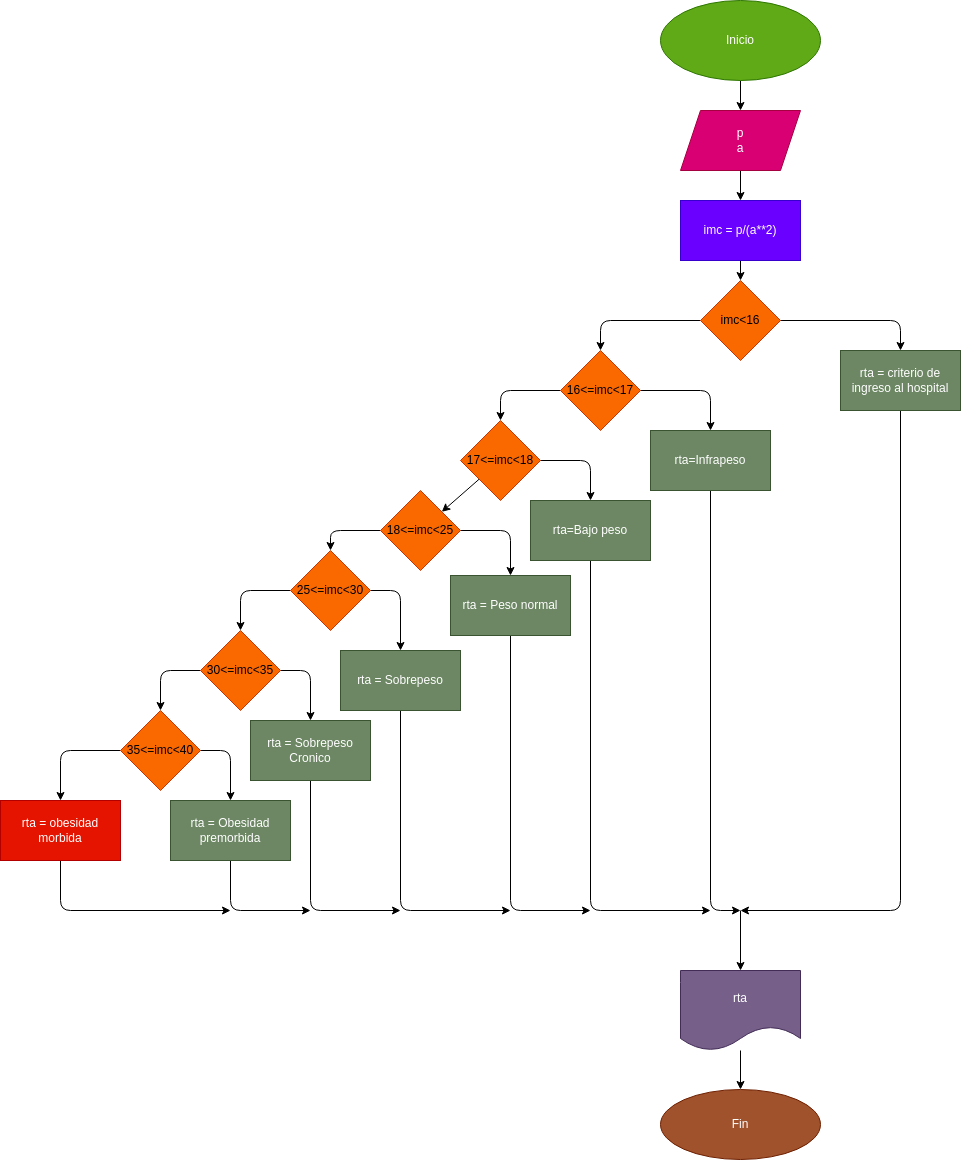
This is ejercicio_4/diagrama.png from Thiago3108/taller_instrucciones_condicionales, a draw.io export, as it was before one commit. Source tidied: cells renumbered, new cells last; positions are measured from the earlier drawing's top-left corner, leaving out a move shared by most shapes. Source of this version:
```xml
<mxGraphModel>
  <root>
    <mxCell id="0" />
    <mxCell id="1" parent="0" />
    <mxCell id="2" style="edgeStyle=none;html=1;" parent="1" edge="1" source="3" target="5">
      <mxGeometry relative="1" as="geometry" />
    </mxCell>
    <mxCell id="3" value="Inicio" style="ellipse;whiteSpace=wrap;html=1;fillColor=#60a917;fontColor=#ffffff;strokeColor=#2D7600;" parent="1" vertex="1">
      <mxGeometry x="660" width="160" height="80" as="geometry" />
    </mxCell>
    <mxCell id="4" style="edgeStyle=none;html=1;" parent="1" edge="1" source="5" target="7">
      <mxGeometry relative="1" as="geometry" />
    </mxCell>
    <mxCell id="5" value="p&lt;br&gt;a" style="shape=parallelogram;perimeter=parallelogramPerimeter;whiteSpace=wrap;html=1;fixedSize=1;fillColor=#d80073;fontColor=#ffffff;strokeColor=#A50040;" parent="1" vertex="1">
      <mxGeometry x="680" y="110" width="120" height="60" as="geometry" />
    </mxCell>
    <mxCell id="6" style="edgeStyle=none;html=1;" parent="1" edge="1" source="7" target="10">
      <mxGeometry relative="1" as="geometry" />
    </mxCell>
    <mxCell id="7" value="imc = p/(a**2)" style="whiteSpace=wrap;html=1;fillColor=#6a00ff;fontColor=#ffffff;strokeColor=#3700CC;" parent="1" vertex="1">
      <mxGeometry x="680" y="200" width="120" height="60" as="geometry" />
    </mxCell>
    <mxCell id="8" style="edgeStyle=none;html=1;" parent="1" edge="1" source="10" target="12">
      <mxGeometry relative="1" as="geometry">
        <Array as="points">
          <mxPoint x="900" y="320" />
        </Array>
      </mxGeometry>
    </mxCell>
    <mxCell id="9" style="edgeStyle=none;html=1;" parent="1" edge="1" source="10" target="15">
      <mxGeometry relative="1" as="geometry">
        <Array as="points">
          <mxPoint x="600" y="320" />
        </Array>
      </mxGeometry>
    </mxCell>
    <mxCell id="10" value="imc&amp;lt;16" style="rhombus;whiteSpace=wrap;html=1;fillColor=#fa6800;fontColor=#000000;strokeColor=#C73500;" parent="1" vertex="1">
      <mxGeometry x="700" y="280" width="80" height="80" as="geometry" />
    </mxCell>
    <mxCell id="11" style="edgeStyle=none;html=1;" parent="1" edge="1" source="12">
      <mxGeometry relative="1" as="geometry">
        <mxPoint x="740" y="910" as="targetPoint" />
        <Array as="points">
          <mxPoint x="900" y="910" />
        </Array>
      </mxGeometry>
    </mxCell>
    <mxCell id="12" value="rta = criterio de ingreso al hospital" style="whiteSpace=wrap;html=1;fillColor=#6d8764;fontColor=#ffffff;strokeColor=#3A5431;" parent="1" vertex="1">
      <mxGeometry x="840" y="350" width="120" height="60" as="geometry" />
    </mxCell>
    <mxCell id="13" style="edgeStyle=none;html=1;entryX=0.5;entryY=0;entryDx=0;entryDy=0;" parent="1" edge="1" source="15" target="17">
      <mxGeometry relative="1" as="geometry">
        <Array as="points">
          <mxPoint x="710" y="390" />
        </Array>
      </mxGeometry>
    </mxCell>
    <mxCell id="14" style="edgeStyle=none;html=1;" parent="1" edge="1" source="15" target="20">
      <mxGeometry relative="1" as="geometry">
        <Array as="points">
          <mxPoint x="500" y="390" />
        </Array>
      </mxGeometry>
    </mxCell>
    <mxCell id="15" value="16&amp;lt;=imc&amp;lt;17" style="rhombus;whiteSpace=wrap;html=1;fillColor=#fa6800;fontColor=#000000;strokeColor=#C73500;" parent="1" vertex="1">
      <mxGeometry x="560" y="350" width="80" height="80" as="geometry" />
    </mxCell>
    <mxCell id="16" style="edgeStyle=none;html=1;" parent="1" edge="1" source="17">
      <mxGeometry relative="1" as="geometry">
        <mxPoint x="740" y="910" as="targetPoint" />
        <Array as="points">
          <mxPoint x="710" y="910" />
        </Array>
      </mxGeometry>
    </mxCell>
    <mxCell id="17" value="rta=Infrapeso" style="whiteSpace=wrap;html=1;labelBackgroundColor=none;fillColor=#6d8764;fontColor=#ffffff;strokeColor=#3A5431;" parent="1" vertex="1">
      <mxGeometry x="650" y="430" width="120" height="60" as="geometry" />
    </mxCell>
    <mxCell id="18" style="edgeStyle=none;html=1;entryX=0.5;entryY=0;entryDx=0;entryDy=0;" parent="1" edge="1" source="20" target="22">
      <mxGeometry relative="1" as="geometry">
        <Array as="points">
          <mxPoint x="590" y="460" />
        </Array>
      </mxGeometry>
    </mxCell>
    <mxCell id="19" style="edgeStyle=none;html=1;" parent="1" edge="1" source="20" target="25">
      <mxGeometry relative="1" as="geometry" />
    </mxCell>
    <mxCell id="20" value="17&amp;lt;=imc&amp;lt;18" style="rhombus;whiteSpace=wrap;html=1;fillColor=#fa6800;fontColor=#000000;strokeColor=#C73500;" parent="1" vertex="1">
      <mxGeometry x="460" y="420" width="80" height="80" as="geometry" />
    </mxCell>
    <mxCell id="21" style="edgeStyle=none;html=1;" parent="1" edge="1" source="22">
      <mxGeometry relative="1" as="geometry">
        <mxPoint x="710" y="910" as="targetPoint" />
        <Array as="points">
          <mxPoint x="590" y="910" />
        </Array>
      </mxGeometry>
    </mxCell>
    <mxCell id="22" value="rta=Bajo peso" style="whiteSpace=wrap;html=1;labelBackgroundColor=none;fillColor=#6d8764;fontColor=#ffffff;strokeColor=#3A5431;" parent="1" vertex="1">
      <mxGeometry x="530" y="500" width="120" height="60" as="geometry" />
    </mxCell>
    <mxCell id="23" style="edgeStyle=none;html=1;entryX=0.5;entryY=0;entryDx=0;entryDy=0;" parent="1" edge="1" source="25" target="27">
      <mxGeometry relative="1" as="geometry">
        <Array as="points">
          <mxPoint x="510" y="530" />
        </Array>
      </mxGeometry>
    </mxCell>
    <mxCell id="24" style="edgeStyle=none;html=1;" parent="1" edge="1" source="25" target="30">
      <mxGeometry relative="1" as="geometry">
        <Array as="points">
          <mxPoint x="330" y="530" />
        </Array>
      </mxGeometry>
    </mxCell>
    <mxCell id="25" value="18&amp;lt;=imc&amp;lt;25" style="rhombus;whiteSpace=wrap;html=1;fillColor=#fa6800;fontColor=#000000;strokeColor=#C73500;" parent="1" vertex="1">
      <mxGeometry x="380" y="490" width="80" height="80" as="geometry" />
    </mxCell>
    <mxCell id="26" style="edgeStyle=none;html=1;" parent="1" edge="1" source="27">
      <mxGeometry relative="1" as="geometry">
        <mxPoint x="590" y="910" as="targetPoint" />
        <Array as="points">
          <mxPoint x="510" y="910" />
        </Array>
      </mxGeometry>
    </mxCell>
    <mxCell id="27" value="rta = Peso normal" style="whiteSpace=wrap;html=1;labelBackgroundColor=none;fillColor=#6d8764;fontColor=#ffffff;strokeColor=#3A5431;" parent="1" vertex="1">
      <mxGeometry x="450" y="575" width="120" height="60" as="geometry" />
    </mxCell>
    <mxCell id="28" style="edgeStyle=none;html=1;entryX=0.5;entryY=0;entryDx=0;entryDy=0;" parent="1" edge="1" source="30" target="32">
      <mxGeometry relative="1" as="geometry">
        <Array as="points">
          <mxPoint x="400" y="590" />
        </Array>
      </mxGeometry>
    </mxCell>
    <mxCell id="29" style="edgeStyle=none;html=1;" parent="1" edge="1" source="30" target="35">
      <mxGeometry relative="1" as="geometry">
        <Array as="points">
          <mxPoint x="240" y="590" />
        </Array>
      </mxGeometry>
    </mxCell>
    <mxCell id="30" value="25&amp;lt;=imc&amp;lt;30" style="rhombus;whiteSpace=wrap;html=1;fillColor=#fa6800;fontColor=#000000;strokeColor=#C73500;" parent="1" vertex="1">
      <mxGeometry x="290" y="550" width="80" height="80" as="geometry" />
    </mxCell>
    <mxCell id="31" style="edgeStyle=none;html=1;" parent="1" edge="1" source="32">
      <mxGeometry relative="1" as="geometry">
        <mxPoint x="510" y="910" as="targetPoint" />
        <Array as="points">
          <mxPoint x="400" y="910" />
        </Array>
      </mxGeometry>
    </mxCell>
    <mxCell id="32" value="rta = Sobrepeso" style="rounded=0;whiteSpace=wrap;html=1;labelBackgroundColor=none;fillColor=#6d8764;fontColor=#ffffff;strokeColor=#3A5431;" parent="1" vertex="1">
      <mxGeometry x="340" y="650" width="120" height="60" as="geometry" />
    </mxCell>
    <mxCell id="33" style="edgeStyle=none;html=1;entryX=0.5;entryY=0;entryDx=0;entryDy=0;" parent="1" edge="1" source="35" target="37">
      <mxGeometry relative="1" as="geometry">
        <Array as="points">
          <mxPoint x="310" y="670" />
        </Array>
      </mxGeometry>
    </mxCell>
    <mxCell id="34" style="edgeStyle=none;html=1;" parent="1" edge="1" source="35" target="40">
      <mxGeometry relative="1" as="geometry">
        <Array as="points">
          <mxPoint x="160" y="670" />
        </Array>
      </mxGeometry>
    </mxCell>
    <mxCell id="35" value="30&amp;lt;=imc&amp;lt;35" style="rhombus;whiteSpace=wrap;html=1;fillColor=#fa6800;fontColor=#000000;strokeColor=#C73500;" parent="1" vertex="1">
      <mxGeometry x="200" y="630" width="80" height="80" as="geometry" />
    </mxCell>
    <mxCell id="36" style="edgeStyle=none;html=1;" parent="1" edge="1" source="37">
      <mxGeometry relative="1" as="geometry">
        <mxPoint x="400" y="910" as="targetPoint" />
        <Array as="points">
          <mxPoint x="310" y="910" />
        </Array>
      </mxGeometry>
    </mxCell>
    <mxCell id="37" value="rta = Sobrepeso Cronico" style="whiteSpace=wrap;html=1;labelBackgroundColor=none;fillColor=#6d8764;fontColor=#ffffff;strokeColor=#3A5431;" parent="1" vertex="1">
      <mxGeometry x="250" y="720" width="120" height="60" as="geometry" />
    </mxCell>
    <mxCell id="38" style="edgeStyle=none;html=1;entryX=0.5;entryY=0;entryDx=0;entryDy=0;" parent="1" edge="1" source="40" target="42">
      <mxGeometry relative="1" as="geometry">
        <Array as="points">
          <mxPoint x="230" y="750" />
        </Array>
      </mxGeometry>
    </mxCell>
    <mxCell id="39" style="edgeStyle=none;html=1;exitX=0;exitY=0.5;exitDx=0;exitDy=0;" parent="1" edge="1" source="40" target="44">
      <mxGeometry relative="1" as="geometry">
        <Array as="points">
          <mxPoint x="60" y="750" />
        </Array>
      </mxGeometry>
    </mxCell>
    <mxCell id="40" value="35&amp;lt;=imc&amp;lt;40" style="rhombus;whiteSpace=wrap;html=1;fillColor=#fa6800;fontColor=#000000;strokeColor=#C73500;" parent="1" vertex="1">
      <mxGeometry x="120" y="710" width="80" height="80" as="geometry" />
    </mxCell>
    <mxCell id="41" style="edgeStyle=none;html=1;" parent="1" edge="1" source="42">
      <mxGeometry relative="1" as="geometry">
        <mxPoint x="310" y="910" as="targetPoint" />
        <Array as="points">
          <mxPoint x="230" y="910" />
        </Array>
      </mxGeometry>
    </mxCell>
    <mxCell id="42" value="rta = Obesidad premorbida" style="whiteSpace=wrap;html=1;labelBackgroundColor=none;fillColor=#6d8764;fontColor=#ffffff;strokeColor=#3A5431;" parent="1" vertex="1">
      <mxGeometry x="170" y="800" width="120" height="60" as="geometry" />
    </mxCell>
    <mxCell id="43" style="edgeStyle=none;html=1;" parent="1" edge="1" source="44">
      <mxGeometry relative="1" as="geometry">
        <mxPoint x="230" y="910" as="targetPoint" />
        <Array as="points">
          <mxPoint x="60" y="910" />
        </Array>
      </mxGeometry>
    </mxCell>
    <mxCell id="44" value="rta = obesidad morbida" style="whiteSpace=wrap;html=1;fillColor=#e51400;fontColor=#ffffff;strokeColor=#B20000;" parent="1" vertex="1">
      <mxGeometry y="800" width="120" height="60" as="geometry" />
    </mxCell>
    <mxCell id="45" style="endArrow=classic;html=1;" parent="1" edge="1" target="47">
      <mxGeometry relative="1" as="geometry">
        <mxPoint x="740" y="910" as="sourcePoint" />
      </mxGeometry>
    </mxCell>
    <mxCell id="46" style="edgeStyle=none;html=1;" parent="1" edge="1" source="47" target="48">
      <mxGeometry relative="1" as="geometry" />
    </mxCell>
    <mxCell id="47" value="rta" style="shape=document;whiteSpace=wrap;html=1;boundedLbl=1;labelBackgroundColor=none;fillColor=#76608a;fontColor=#ffffff;strokeColor=#432D57;" parent="1" vertex="1">
      <mxGeometry x="680" y="970" width="120" height="80" as="geometry" />
    </mxCell>
    <mxCell id="48" value="Fin" style="ellipse;whiteSpace=wrap;html=1;labelBackgroundColor=none;fillColor=#a0522d;fontColor=#ffffff;strokeColor=#6D1F00;" parent="1" vertex="1">
      <mxGeometry x="660" y="1089" width="160" height="70" as="geometry" />
    </mxCell>
  </root>
</mxGraphModel>
```
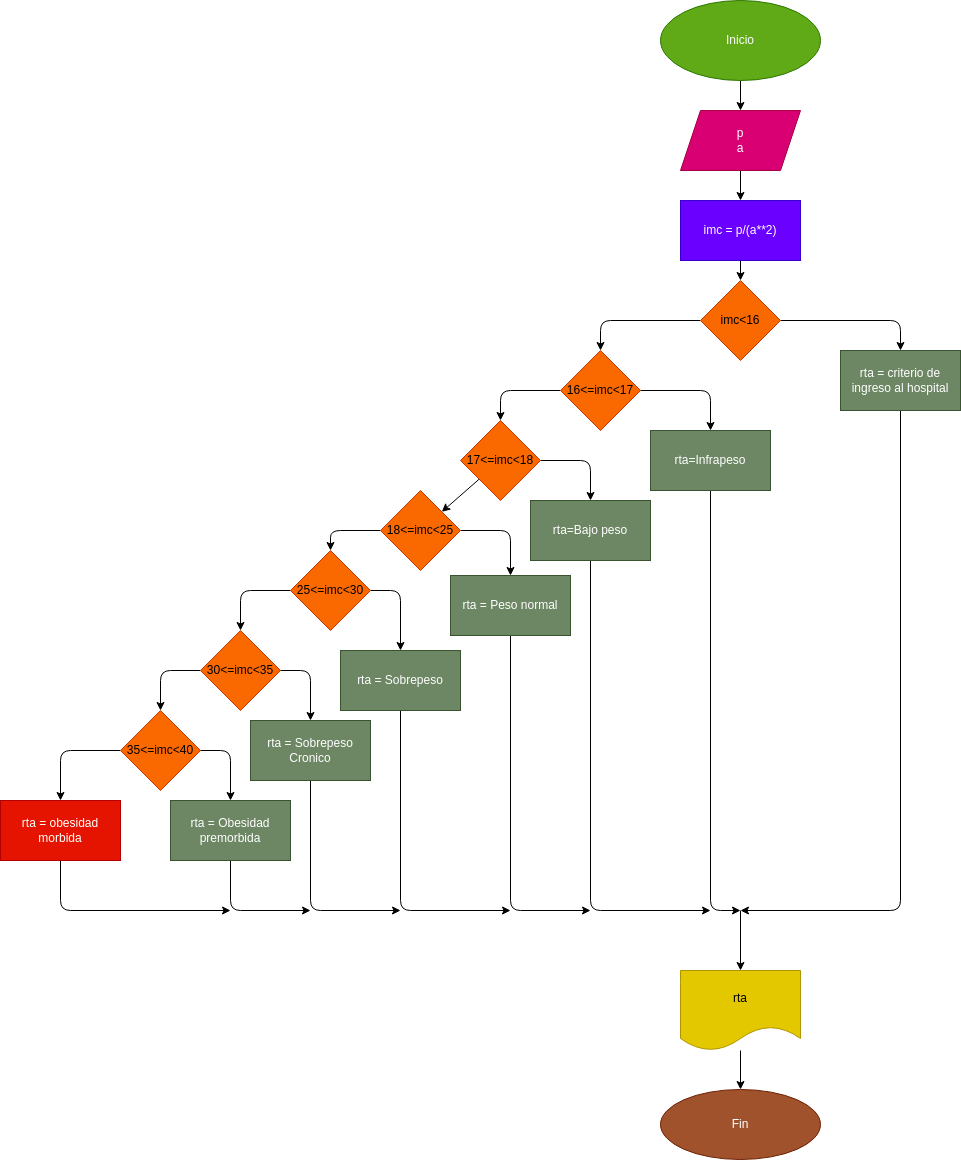
The same diagram one commit later.

The edit, as a diff of the source:
```diff
@@ -231,7 +231,7 @@
     <mxCell id="46" style="edgeStyle=none;html=1;" parent="1" edge="1" source="47" target="48">
       <mxGeometry relative="1" as="geometry" />
     </mxCell>
-    <mxCell id="47" value="rta" style="shape=document;whiteSpace=wrap;html=1;boundedLbl=1;labelBackgroundColor=none;fillColor=#76608a;fontColor=#ffffff;strokeColor=#432D57;" parent="1" vertex="1">
+    <mxCell id="47" value="rta" style="shape=document;whiteSpace=wrap;html=1;boundedLbl=1;labelBackgroundColor=none;fillColor=#e3c800;fontColor=#000000;strokeColor=#B09500;" parent="1" vertex="1">
       <mxGeometry x="680" y="970" width="120" height="80" as="geometry" />
     </mxCell>
     <mxCell id="48" value="Fin" style="ellipse;whiteSpace=wrap;html=1;labelBackgroundColor=none;fillColor=#a0522d;fontColor=#ffffff;strokeColor=#6D1F00;" parent="1" vertex="1">
```
